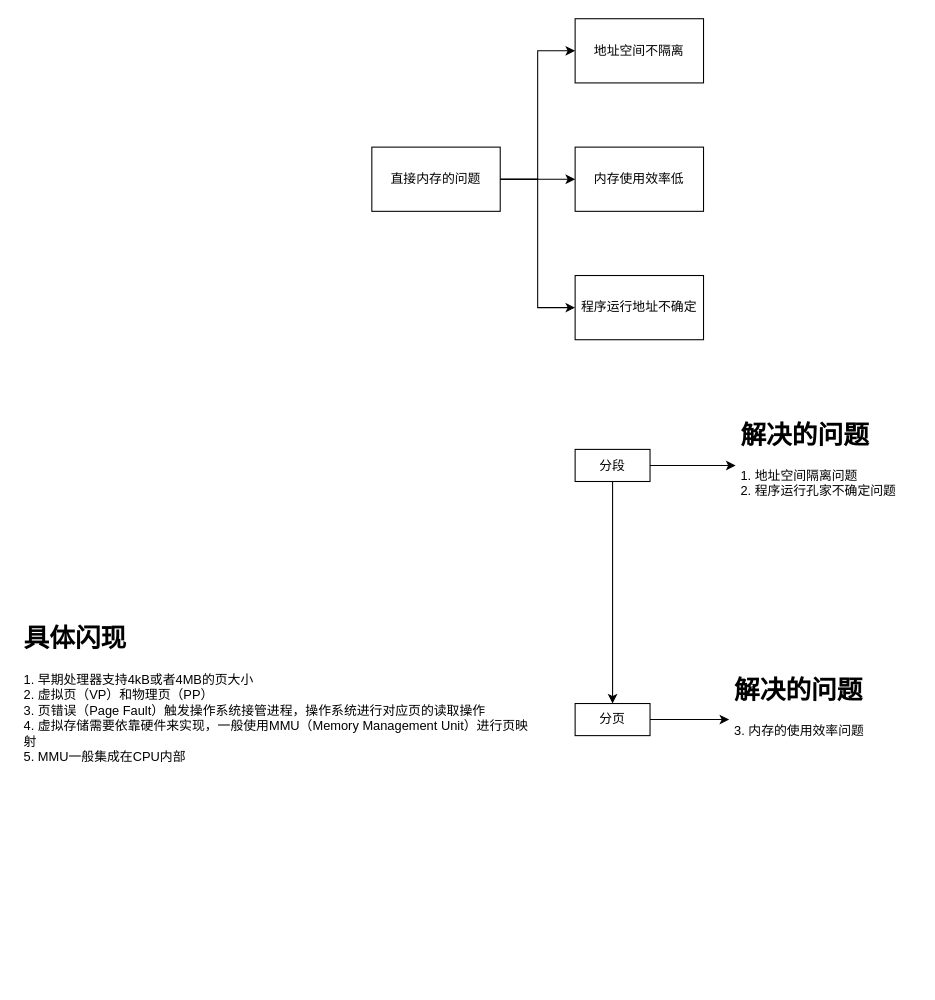
The draw.io diagram 虚拟内存.drawio in xdushepherd91/linux0.11, before the edit. Source tidied: cells renumbered, new cells numbered last; positions are measured from the earlier drawing's top-left corner, leaving out a move shared by most shapes. Both pictures are drawn from the tidied source at 107%, with x=0, y=0 at pixel (18, 18).
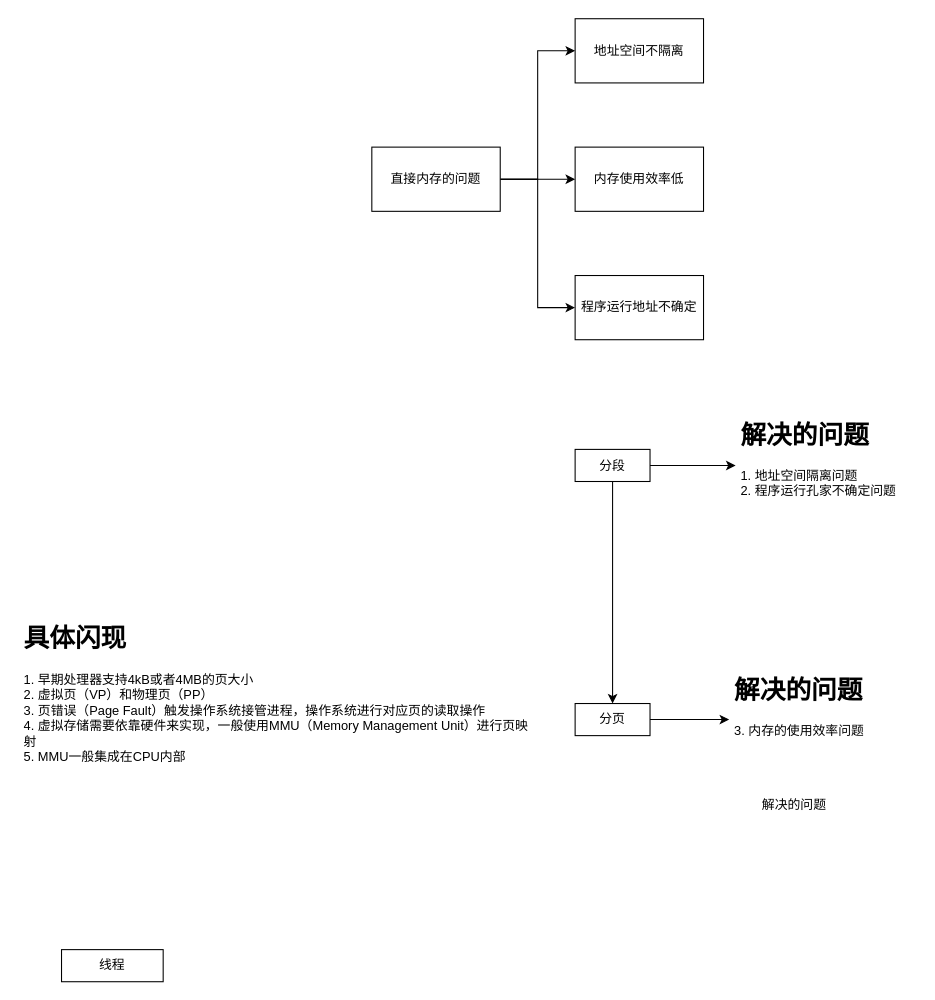
The same diagram, later.

Diff of the diagram source:
```diff
@@
 <mxGraphModel>
   <root>
     <mxCell id="0" />
     <mxCell id="1" parent="0" />
     <mxCell id="2" style="edgeStyle=orthogonalEdgeStyle;rounded=0;jettySize=auto;html=1;entryX=0;entryY=0.5;entryDx=0;entryDy=0;" parent="1" edge="1" source="5" target="6">
       <mxGeometry relative="1" as="geometry" />
     </mxCell>
     <mxCell id="3" style="edgeStyle=orthogonalEdgeStyle;rounded=0;jettySize=auto;html=1;" parent="1" edge="1" source="5">
       <mxGeometry relative="1" as="geometry">
         <mxPoint x="520" y="150" as="targetPoint" />
       </mxGeometry>
     </mxCell>
     <mxCell id="4" style="edgeStyle=orthogonalEdgeStyle;rounded=0;jettySize=auto;html=1;entryX=0;entryY=0.5;entryDx=0;entryDy=0;" parent="1" edge="1" source="5" target="8">
       <mxGeometry relative="1" as="geometry" />
     </mxCell>
     <mxCell id="5" value="直接内存的问题" style="rounded=0;whiteSpace=wrap;html=1;" parent="1" vertex="1">
       <mxGeometry x="330" y="120" width="120" height="60" as="geometry" />
     </mxCell>
     <mxCell id="6" value="地址空间不隔离" style="rounded=0;whiteSpace=wrap;html=1;" parent="1" vertex="1">
       <mxGeometry x="520" width="120" height="60" as="geometry" />
     </mxCell>
     <mxCell id="7" value="内存使用效率低" style="rounded=0;whiteSpace=wrap;html=1;" parent="1" vertex="1">
       <mxGeometry x="520" y="120" width="120" height="60" as="geometry" />
     </mxCell>
     <mxCell id="8" value="程序运行地址不确定" style="rounded=0;whiteSpace=wrap;html=1;" parent="1" vertex="1">
       <mxGeometry x="520" y="240" width="120" height="60" as="geometry" />
     </mxCell>
     <mxCell id="9" style="edgeStyle=orthogonalEdgeStyle;rounded=0;jettySize=auto;html=1;" parent="1" edge="1" source="11" target="12">
       <mxGeometry relative="1" as="geometry" />
     </mxCell>
     <mxCell id="10" style="edgeStyle=orthogonalEdgeStyle;rounded=0;jettySize=auto;html=1;" parent="1" edge="1" source="11" target="14">
       <mxGeometry relative="1" as="geometry" />
     </mxCell>
     <mxCell id="11" value="分段" style="rounded=0;whiteSpace=wrap;html=1;" parent="1" vertex="1">
       <mxGeometry x="520" y="402.5" width="70" height="30" as="geometry" />
     </mxCell>
     <mxCell id="12" value="&lt;h1&gt;解决的问题&lt;/h1&gt;&lt;div&gt;1. 地址空间隔离问题&lt;/div&gt;&lt;div&gt;2. 程序运行孔家不确定问题&lt;/div&gt;" style="text;html=1;strokeColor=none;fillColor=none;spacing=5;spacingTop=-20;whiteSpace=wrap;overflow=hidden;rounded=0;" parent="1" vertex="1">
       <mxGeometry x="670" y="370" width="170" height="95" as="geometry" />
     </mxCell>
     <mxCell id="13" style="edgeStyle=orthogonalEdgeStyle;rounded=0;jettySize=auto;html=1;" parent="1" edge="1" source="14" target="16">
       <mxGeometry relative="1" as="geometry" />
     </mxCell>
     <mxCell id="14" value="分页" style="rounded=0;whiteSpace=wrap;html=1;" parent="1" vertex="1">
       <mxGeometry x="520" y="640" width="70" height="30" as="geometry" />
     </mxCell>
     <mxCell id="15" value="&lt;h1&gt;具体闪现&lt;/h1&gt;&lt;div&gt;1. 早期处理器支持4kB或者4MB的页大小&lt;/div&gt;&lt;div&gt;2. 虚拟页（VP）和物理页（PP）&lt;/div&gt;&lt;div&gt;3. 页错误（Page Fault）触发操作系统接管进程，操作系统进行对应页的读取操作&lt;/div&gt;&lt;div&gt;4. 虚拟存储需要依靠硬件来实现，一般使用MMU（Memory Management Unit）进行页映射&lt;/div&gt;&lt;div&gt;5. MMU一般集成在CPU内部&lt;/div&gt;&lt;div&gt;&lt;br&gt;&lt;/div&gt;&lt;div&gt;&lt;br&gt;&lt;/div&gt;" style="text;html=1;strokeColor=none;fillColor=none;spacing=5;spacingTop=-20;whiteSpace=wrap;overflow=hidden;rounded=0;" parent="1" vertex="1">
       <mxGeometry y="560" width="480" height="160" as="geometry" />
     </mxCell>
     <mxCell id="16" value="&lt;h1&gt;解决的问题&lt;/h1&gt;&lt;div&gt;3. 内存的使用效率问题&lt;/div&gt;" style="text;html=1;strokeColor=none;fillColor=none;spacing=5;spacingTop=-20;whiteSpace=wrap;overflow=hidden;rounded=0;" parent="1" vertex="1">
       <mxGeometry x="664" y="607.5" width="170" height="95" as="geometry" />
     </mxCell>
+    <mxCell id="17" value="线程" style="rounded=0;whiteSpace=wrap;html=1;" parent="1" vertex="1">
+      <mxGeometry x="40" y="870" width="95" height="30" as="geometry" />
+    </mxCell>
+    <mxCell id="18" value="解决的问题" style="text;html=1;strokeColor=none;fillColor=none;align=center;verticalAlign=middle;whiteSpace=wrap;rounded=0;" parent="1" vertex="1">
+      <mxGeometry x="670" y="720" width="110" height="30" as="geometry" />
+    </mxCell>
   </root>
 </mxGraphModel>
```
